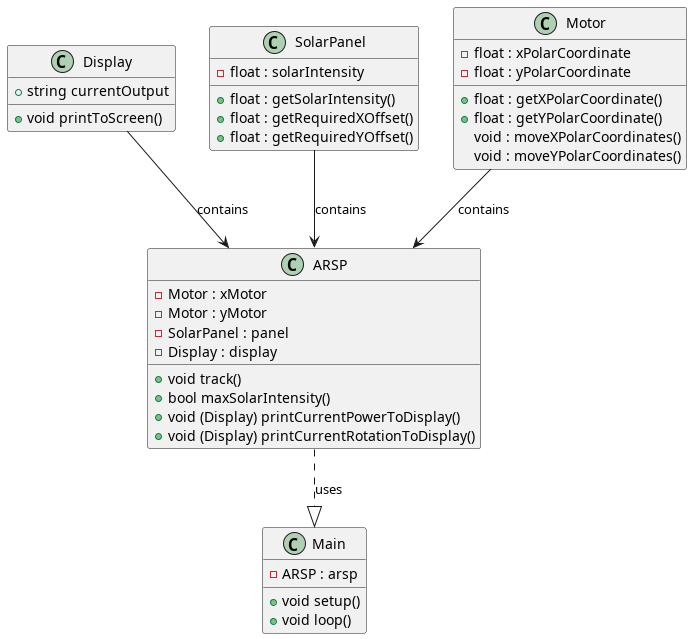
The PlantUML diagram diagrams/class_diagram.png in Charlemagne44/ARSP_Prototype, before a commit.
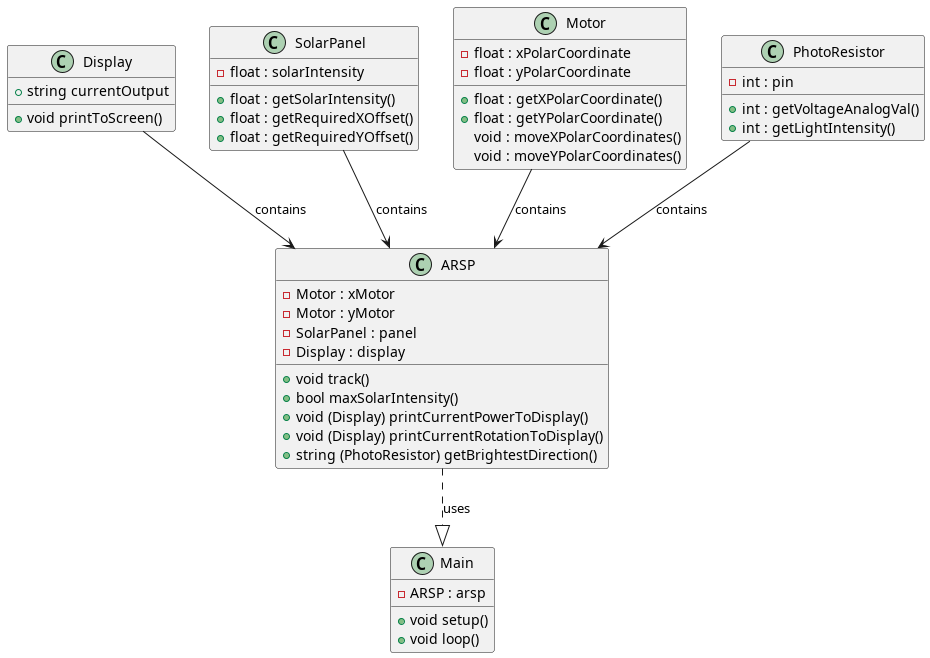
Later version of the same file.

What changed in the source:
```diff
@@ -4,11 +4,13 @@
 class Display
 class SolarPanel
 class Motor
+class PhotoResistor
 
 ARSP ..|> Main : uses
 Motor --> ARSP : contains
 SolarPanel --> ARSP : contains
 Display --> ARSP : contains
+PhotoResistor --> ARSP : contains
 
 Main : +void setup()
 Main : +void loop()
@@ -19,6 +21,9 @@
 SolarPanel : +float : getRequiredXOffset()
 SolarPanel : +float : getRequiredYOffset()
 
+PhotoResistor : +int : getVoltageAnalogVal()
+PhotoResistor : +int : getLightIntensity()
+
 Motor : +float : getXPolarCoordinate()
 Motor : +float : getYPolarCoordinate()
 Motor : void : moveXPolarCoordinates()
@@ -28,6 +33,7 @@
 ARSP : +bool maxSolarIntensity()
 ARSP : +void (Display) printCurrentPowerToDisplay()
 ARSP : +void (Display) printCurrentRotationToDisplay()
+ARSP : +string (PhotoResistor) getBrightestDirection()
 
 Main : -ARSP : arsp
 
@@ -35,6 +41,8 @@
 
 Motor : -float : xPolarCoordinate
 Motor : -float : yPolarCoordinate
+
+PhotoResistor : -int : pin
 
 SolarPanel : -float : solarIntensity
 
```
